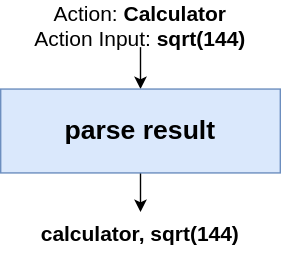
Above: chart-parser.svg in jamesmurdza/ai-agent-camp-generation (draw.io), before the change. Source tidied: cells renumbered, new cells last; positions are measured from the earlier drawing's top-left corner, leaving out a move shared by most shapes.
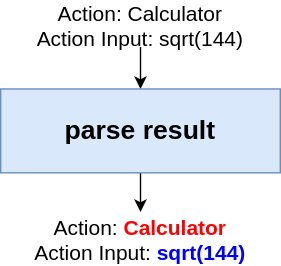
The same file after the commit.

The edit, as a diff of the source:
```diff
@@ -5,17 +5,19 @@
     <mxCell id="2" style="edgeStyle=orthogonalEdgeStyle;rounded=0;jettySize=auto;html=1;" parent="1" edge="1" source="3" target="5">
       <mxGeometry relative="1" as="geometry" />
     </mxCell>
-    <mxCell id="3" value="Action: &lt;b&gt;Calculator&lt;/b&gt;&lt;div&gt;Action Input: &lt;b&gt;sqrt(144)&lt;/b&gt;&lt;/div&gt;" style="text;html=1;align=center;verticalAlign=middle;whiteSpace=wrap;rounded=0;fontSize=15;" parent="1" vertex="1">
+    <mxCell id="3" value="Action: Calculator&lt;div&gt;Action Input: sqrt(144)&lt;/div&gt;" style="text;html=1;align=center;verticalAlign=middle;whiteSpace=wrap;rounded=0;fontSize=15;" parent="1" vertex="1">
       <mxGeometry x="19.9" width="160.1" height="30" as="geometry" />
     </mxCell>
-    <mxCell id="4" style="edgeStyle=orthogonalEdgeStyle;rounded=0;jettySize=auto;html=1;exitX=0.5;exitY=1;exitDx=0;exitDy=0;entryX=0.5;entryY=0;entryDx=0;entryDy=0;" parent="1" edge="1" source="5" target="6">
-      <mxGeometry relative="1" as="geometry" />
+    <mxCell id="4" style="edgeStyle=orthogonalEdgeStyle;rounded=0;jettySize=auto;html=1;exitX=0.5;exitY=1;exitDx=0;exitDy=0;entryX=0.5;entryY=0;entryDx=0;entryDy=0;" parent="1" edge="1" source="5">
+      <mxGeometry relative="1" as="geometry">
+        <mxPoint x="100" y="148" as="targetPoint" />
+      </mxGeometry>
     </mxCell>
     <mxCell id="5" value="parse result" style="rounded=0;whiteSpace=wrap;html=1;fillColor=#dae8fc;strokeColor=#6c8ebf;fontStyle=1;fontSize=19;" parent="1" vertex="1">
       <mxGeometry y="60" width="200" height="60" as="geometry" />
     </mxCell>
-    <mxCell id="6" value="&lt;b&gt;calculator, sqrt(144)&lt;/b&gt;" style="text;html=1;align=center;verticalAlign=middle;whiteSpace=wrap;rounded=0;fontSize=15;" parent="1" vertex="1">
-      <mxGeometry x="19.9" y="148" width="160.1" height="30" as="geometry" />
+    <mxCell id="6" value="Action: &lt;b&gt;&lt;font style=&quot;color: rgb(255, 0, 0);&quot;&gt;Calculator&lt;/font&gt;&lt;/b&gt;&lt;div&gt;Action Input: &lt;b&gt;&lt;font style=&quot;color: rgb(0, 0, 255);&quot;&gt;sqrt(144)&lt;/font&gt;&lt;/b&gt;&lt;/div&gt;" style="text;html=1;align=center;verticalAlign=middle;whiteSpace=wrap;rounded=0;fontSize=15;" parent="1" vertex="1">
+      <mxGeometry x="19.9" y="153" width="160.1" height="30" as="geometry" />
     </mxCell>
   </root>
 </mxGraphModel>
```
